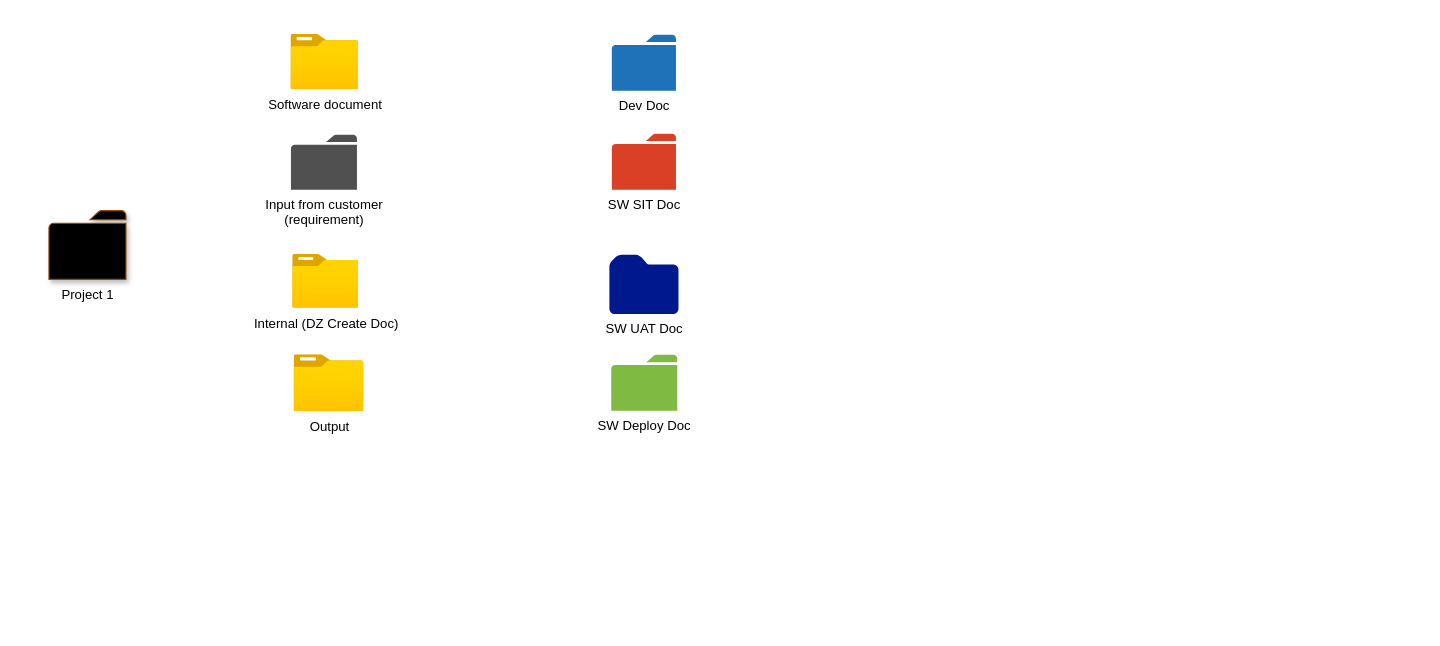
This is TD/Untitled Diagram.drawio from delphihero/MyDocument, a draw.io file, before an edit. Source tidied: cells renumbered, new cells numbered last; positions are measured from the earlier drawing's top-left corner, leaving out a move shared by most shapes. Both pictures are drawn from the tidied source at 110%, with x=0, y=0 at pixel (48, 34).
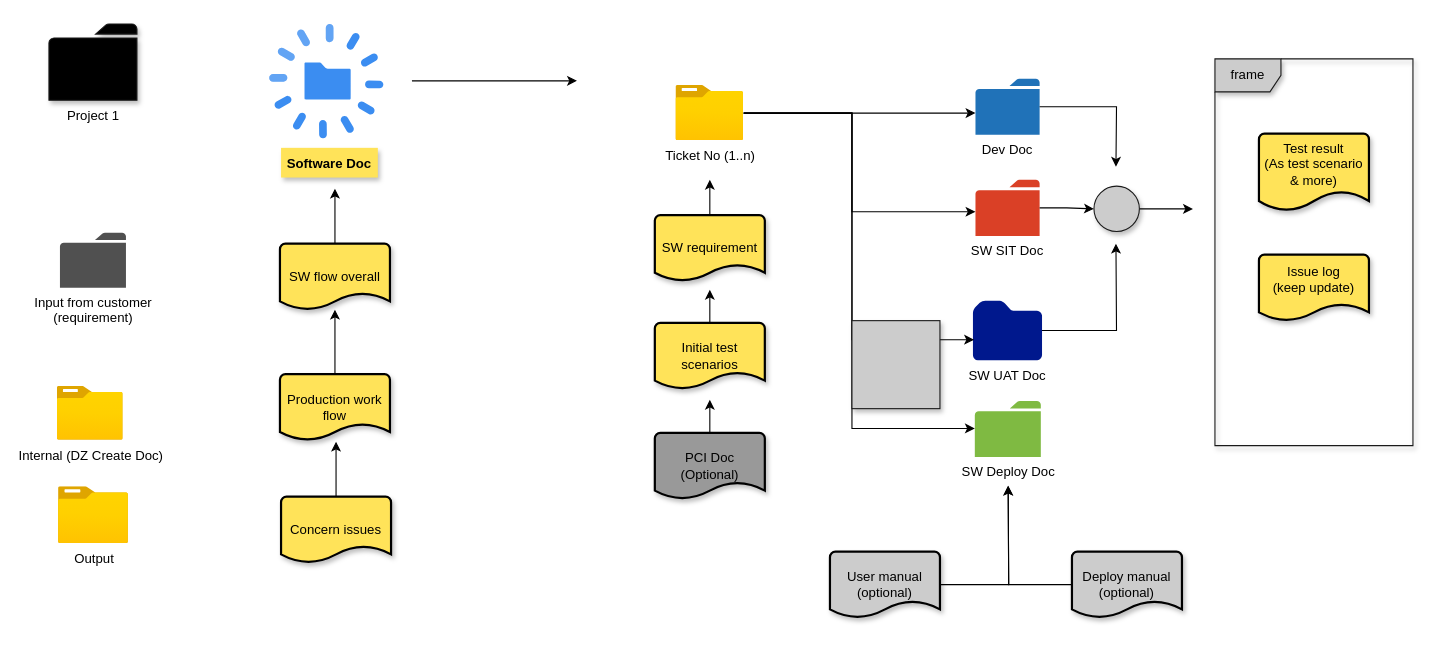
The same diagram, later.

What changed in the source:
```diff
@@
+    <mxCell id="11" value="frame" style="shape=umlFrame;whiteSpace=wrap;html=1;shadow=1;strokeColor=#1A1A1A;fillColor=#CCCCCC;" parent="1" vertex="1">
+      <mxGeometry x="1060" y="22" width="180" height="351.6" as="geometry" />
+    </mxCell>
-    <mxCell id="2" value="Project 1" style="shadow=1;dashed=0;html=1;strokeColor=#994C00;labelPosition=center;verticalLabelPosition=bottom;verticalAlign=top;align=center;shape=mxgraph.office.concepts.folder;fillColor=#000000;" parent="1" vertex="1">
-      <mxGeometry y="160" width="70" height="62.5" as="geometry" />
+    <mxCell id="2" value="Project 1" style="shadow=1;dashed=0;html=1;strokeColor=#1A1A1A;labelPosition=center;verticalLabelPosition=bottom;verticalAlign=top;align=center;shape=mxgraph.office.concepts.folder;fillColor=#000000;" parent="1" vertex="1">
+      <mxGeometry y="-9.7" width="80" height="69.3" as="geometry" />
     </mxCell>
     <mxCell id="3" value="&lt;div&gt;Input from customer &lt;br&gt;&lt;/div&gt;&lt;div&gt;(requirement)&lt;/div&gt;" style="shadow=0;dashed=0;html=1;strokeColor=none;fillColor=#505050;labelPosition=center;verticalLabelPosition=bottom;verticalAlign=top;align=center;shape=mxgraph.office.concepts.folder;" parent="1" vertex="1">
-      <mxGeometry x="220" y="91" width="60" height="50" as="geometry" />
+      <mxGeometry x="10" y="180" width="60" height="50" as="geometry" />
     </mxCell>
     <mxCell id="4" value="Internal (DZ Create Doc)" style="html=1;align=center;image;fontSize=12;image=img/lib/azure2/general/Folder_Blank.svg;" parent="1" vertex="1">
-      <mxGeometry x="221.6" y="200" width="60" height="48.7" as="geometry" />
+      <mxGeometry x="7.6" y="320" width="60" height="48.7" as="geometry" />
     </mxCell>
+    <mxCell id="10" value="Output" style="html=1;align=center;image;fontSize=12;image=img/lib/azure2/general/Folder_Blank.svg;" parent="1" vertex="1">
+      <mxGeometry x="8.7" y="411" width="63.7" height="51.7" as="geometry" />
+    </mxCell>
+    <mxCell id="12" style="group;" parent="1" vertex="1">
+      <mxGeometry x="570" y="40" width="332.8" height="382" as="geometry" />
+    </mxCell>
-    <mxCell id="5" value="SW UAT Doc" style="shadow=0;dashed=0;html=1;strokeColor=none;labelPosition=center;verticalLabelPosition=bottom;verticalAlign=top;align=center;fillColor=#00188D;shape=mxgraph.mscae.enterprise.folder;" parent="1" vertex="1">
-      <mxGeometry x="509.5" y="200" width="62.8" height="54" as="geometry" />
+    <mxCell id="5" value="SW UAT Doc" style="shadow=0;dashed=0;html=1;strokeColor=none;labelPosition=center;verticalLabelPosition=bottom;verticalAlign=top;align=center;fillColor=#00188D;shape=mxgraph.mscae.enterprise.folder;" parent="12" vertex="1">
+      <mxGeometry x="270" y="202" width="62.8" height="54" as="geometry" />
     </mxCell>
-    <mxCell id="6" value="SW Deploy Doc" style="shadow=0;dashed=0;html=1;strokeColor=none;labelPosition=center;verticalLabelPosition=bottom;verticalAlign=top;outlineConnect=0;align=center;shape=mxgraph.office.concepts.folder;fillColor=#7FBA42;" parent="1" vertex="1">
-      <mxGeometry x="511.2" y="291" width="60" height="51" as="geometry" />
+    <mxCell id="6" value="SW Deploy Doc" style="shadow=0;dashed=0;html=1;strokeColor=none;labelPosition=center;verticalLabelPosition=bottom;verticalAlign=top;outlineConnect=0;align=center;shape=mxgraph.office.concepts.folder;fillColor=#7FBA42;" parent="12" vertex="1">
+      <mxGeometry x="271.7" y="293" width="60" height="51" as="geometry" />
     </mxCell>
-    <mxCell id="7" value="SW SIT Doc" style="shadow=0;dashed=0;html=1;strokeColor=none;labelPosition=center;verticalLabelPosition=bottom;verticalAlign=top;outlineConnect=0;align=center;shape=mxgraph.office.concepts.folder;fillColor=#DA4026;" parent="1" vertex="1">
-      <mxGeometry x="511.7" y="90" width="58.3" height="51" as="geometry" />
+    <mxCell id="7" value="SW SIT Doc" style="shadow=0;dashed=0;html=1;strokeColor=none;labelPosition=center;verticalLabelPosition=bottom;verticalAlign=top;outlineConnect=0;align=center;shape=mxgraph.office.concepts.folder;fillColor=#DA4026;" parent="12" vertex="1">
+      <mxGeometry x="272.3" y="92" width="58.3" height="51" as="geometry" />
     </mxCell>
+    <mxCell id="13" style="edgeStyle=orthogonalEdgeStyle;rounded=0;jettySize=auto;html=1;" parent="12" edge="1" source="8" target="7">
+      <mxGeometry relative="1" as="geometry">
+        <Array as="points">
+          <mxPoint x="160" y="31" />
+          <mxPoint x="160" y="121" />
+        </Array>
+      </mxGeometry>
+    </mxCell>
+    <mxCell id="14" style="edgeStyle=orthogonalEdgeStyle;rounded=0;jettySize=auto;html=1;entryX=0.016;entryY=0.654;entryDx=0;entryDy=0;entryPerimeter=0;" parent="12" edge="1" source="8" target="5">
+      <mxGeometry relative="1" as="geometry">
+        <Array as="points">
+          <mxPoint x="160" y="31" />
+          <mxPoint x="160" y="237" />
+        </Array>
+      </mxGeometry>
+    </mxCell>
+    <mxCell id="15" style="edgeStyle=orthogonalEdgeStyle;rounded=0;jettySize=auto;html=1;" parent="12" edge="1" source="8" target="6">
+      <mxGeometry relative="1" as="geometry">
+        <Array as="points">
+          <mxPoint x="160" y="31" />
+          <mxPoint x="160" y="318" />
+        </Array>
+      </mxGeometry>
+    </mxCell>
-    <mxCell id="8" value="Software document" style="html=1;points=[];align=center;image;fontSize=12;image=img/lib/azure2/general/Folder_Blank.svg;" parent="1" vertex="1">
-      <mxGeometry x="220" width="61.6" height="50" as="geometry" />
+    <mxCell id="8" value="Ticket No (1..n)" style="html=1;points=[];align=center;image;fontSize=12;image=img/lib/azure2/general/Folder_Blank.svg;" parent="12" vertex="1">
+      <mxGeometry y="6.3" width="61.6" height="50" as="geometry" />
     </mxCell>
-    <mxCell id="9" value="Dev Doc" style="shadow=0;dashed=0;html=1;strokeColor=none;labelPosition=center;verticalLabelPosition=bottom;verticalAlign=top;outlineConnect=0;align=center;shape=mxgraph.office.concepts.folder;fillColor=#2072B8;" parent="1" vertex="1">
-      <mxGeometry x="511.7" width="58.3" height="51" as="geometry" />
+    <mxCell id="9" value="Dev Doc" style="shadow=0;dashed=0;html=1;strokeColor=none;labelPosition=center;verticalLabelPosition=bottom;verticalAlign=top;outlineConnect=0;align=center;shape=mxgraph.office.concepts.folder;fillColor=#2072B8;" parent="12" vertex="1">
+      <mxGeometry x="272.3" width="58.3" height="51" as="geometry" />
     </mxCell>
-    <mxCell id="10" value="Output" style="html=1;align=center;image;fontSize=12;image=img/lib/azure2/general/Folder_Blank.svg;" parent="1" vertex="1">
-      <mxGeometry x="222.8" y="291" width="63.7" height="51.7" as="geometry" />
-    </mxCell>
+    <mxCell id="16" style="edgeStyle=orthogonalEdgeStyle;rounded=0;jettySize=auto;html=1;" parent="12" edge="1" source="8" target="9">
+      <mxGeometry relative="1" as="geometry">
+        <Array as="points">
+          <mxPoint x="40" y="31.3" />
+          <mxPoint x="40" y="31.3" />
+        </Array>
+      </mxGeometry>
+    </mxCell>
+    <mxCell id="17" style="group;" parent="12" vertex="1">
+      <mxGeometry x="-19.2" y="92" width="100" height="290" as="geometry" />
+    </mxCell>
+    <mxCell id="18" style="edgeStyle=orthogonalEdgeStyle;rounded=0;jettySize=auto;html=1;" parent="17" edge="1" source="19">
+      <mxGeometry relative="1" as="geometry">
+        <mxPoint x="50" y="200" as="targetPoint" />
+      </mxGeometry>
+    </mxCell>
+    <mxCell id="19" value="&lt;div&gt;PCI Doc&lt;/div&gt;&lt;div&gt;(Optional)&lt;br&gt;&lt;/div&gt;" style="strokeWidth=2;html=1;shape=mxgraph.flowchart.document2;whiteSpace=wrap;size=0.25;shadow=1;fillColor=#999999;" parent="17" vertex="1">
+      <mxGeometry y="230" width="100" height="60" as="geometry" />
+    </mxCell>
+    <mxCell id="20" style="edgeStyle=orthogonalEdgeStyle;rounded=0;jettySize=auto;html=1;" parent="17" edge="1" source="21">
+      <mxGeometry relative="1" as="geometry">
+        <mxPoint x="50" as="targetPoint" />
+      </mxGeometry>
+    </mxCell>
+    <mxCell id="21" value="SW requirement" style="strokeWidth=2;html=1;shape=mxgraph.flowchart.document2;whiteSpace=wrap;size=0.25;shadow=1;fillColor=#FFE359;" parent="17" vertex="1">
+      <mxGeometry y="32" width="100" height="60" as="geometry" />
+    </mxCell>
+    <mxCell id="22" style="edgeStyle=orthogonalEdgeStyle;rounded=0;jettySize=auto;html=1;" parent="17" edge="1" source="23">
+      <mxGeometry relative="1" as="geometry">
+        <mxPoint x="50" y="100" as="targetPoint" />
+      </mxGeometry>
+    </mxCell>
+    <mxCell id="23" value="Initial test scenarios" style="strokeWidth=2;html=1;shape=mxgraph.flowchart.document2;whiteSpace=wrap;size=0.25;shadow=1;fillColor=#FFE359;" parent="17" vertex="1">
+      <mxGeometry y="130" width="100" height="60" as="geometry" />
+    </mxCell>
+    <mxCell id="24" style="group;" parent="1" vertex="1">
+      <mxGeometry x="200" y="-9.7" width="110" height="139.7" as="geometry" />
+    </mxCell>
+    <mxCell id="25" style="html=1;strokeColor=none;shadow=0;align=center;verticalAlign=top;fillColor=#3B8DF1;shape=mxgraph.gcp2.lifecycle;" parent="24" vertex="1">
+      <mxGeometry width="104" height="104" as="geometry" />
+    </mxCell>
+    <mxCell id="26" value="Software Doc" style="text;align=center;fontStyle=1;verticalAlign=middle;spacingLeft=3;spacingRight=3;strokeColor=none;shadow=1;fillColor=#FFE359;" parent="24" vertex="1">
+      <mxGeometry x="11" y="112.6" width="88" height="27" as="geometry" />
+    </mxCell>
+    <mxCell id="27" style="edgeStyle=orthogonalEdgeStyle;rounded=0;orthogonalLoop=1;jettySize=auto;html=1;" parent="1" edge="1">
+      <mxGeometry relative="1" as="geometry">
+        <mxPoint x="330" y="42" as="sourcePoint" />
+        <mxPoint x="480" y="42" as="targetPoint" />
+        <Array as="points">
+          <mxPoint x="440" y="42" />
+          <mxPoint x="440" y="42" />
+        </Array>
+      </mxGeometry>
+    </mxCell>
+    <mxCell id="28" style="edgeStyle=orthogonalEdgeStyle;rounded=0;jettySize=auto;html=1;" parent="1" edge="1" source="29">
+      <mxGeometry relative="1" as="geometry">
+        <mxPoint x="260" y="140" as="targetPoint" />
+      </mxGeometry>
+    </mxCell>
+    <mxCell id="29" value="&lt;div&gt;SW flow overall&lt;br&gt;&lt;/div&gt;" style="strokeWidth=2;html=1;shape=mxgraph.flowchart.document2;whiteSpace=wrap;size=0.25;shadow=1;fillColor=#FFE359;" parent="1" vertex="1">
+      <mxGeometry x="210" y="190" width="100" height="60" as="geometry" />
+    </mxCell>
+    <mxCell id="30" style="edgeStyle=orthogonalEdgeStyle;rounded=0;jettySize=auto;html=1;" parent="1" edge="1" source="31" target="29">
+      <mxGeometry relative="1" as="geometry" />
+    </mxCell>
+    <mxCell id="31" value="Production work flow" style="strokeWidth=2;html=1;shape=mxgraph.flowchart.document2;whiteSpace=wrap;size=0.25;shadow=1;fillColor=#FFE359;" parent="1" vertex="1">
+      <mxGeometry x="210" y="308.7" width="100" height="60" as="geometry" />
+    </mxCell>
+    <mxCell id="32" style="edgeStyle=orthogonalEdgeStyle;rounded=0;jettySize=auto;html=1;" parent="1" edge="1" source="33">
+      <mxGeometry relative="1" as="geometry">
+        <mxPoint x="261" y="370" as="targetPoint" />
+      </mxGeometry>
+    </mxCell>
+    <mxCell id="33" value="Concern issues" style="strokeWidth=2;html=1;shape=mxgraph.flowchart.document2;whiteSpace=wrap;size=0.25;shadow=1;fillColor=#FFE359;" parent="1" vertex="1">
+      <mxGeometry x="211" y="420" width="100" height="60" as="geometry" />
+    </mxCell>
+    <mxCell id="34" value="&lt;div&gt;Issue log&lt;/div&gt;&lt;div&gt;(keep update)&lt;/div&gt;&lt;div&gt;&lt;br&gt;&lt;/div&gt;" style="strokeWidth=2;html=1;shape=mxgraph.flowchart.document2;whiteSpace=wrap;size=0.25;shadow=1;fillColor=#FFE359;" parent="1" vertex="1">
+      <mxGeometry x="1100" y="200" width="100" height="60" as="geometry" />
+    </mxCell>
+    <mxCell id="35" value="&lt;div&gt;Test result&lt;/div&gt;&lt;div&gt;(As test scenario &amp;amp; more)&lt;/div&gt;&lt;div&gt;&lt;br&gt;&lt;/div&gt;" style="strokeWidth=2;html=1;shape=mxgraph.flowchart.document2;whiteSpace=wrap;size=0.25;shadow=1;fillColor=#FFE359;" parent="1" vertex="1">
+      <mxGeometry x="1100" y="90" width="100" height="70" as="geometry" />
+    </mxCell>
+    <mxCell id="36" style="edgeStyle=orthogonalEdgeStyle;rounded=0;jettySize=auto;html=1;" parent="1" edge="1" source="37">
+      <mxGeometry relative="1" as="geometry">
+        <mxPoint x="872" y="410" as="targetPoint" />
+      </mxGeometry>
+    </mxCell>
+    <mxCell id="37" value="&lt;div&gt;User manual&lt;/div&gt;&lt;div&gt;(optional)&lt;br&gt;&lt;/div&gt;" style="strokeWidth=2;html=1;shape=mxgraph.flowchart.document2;whiteSpace=wrap;size=0.25;shadow=1;fillColor=#CCCCCC;" parent="1" vertex="1">
+      <mxGeometry x="710" y="470" width="100" height="60" as="geometry" />
+    </mxCell>
+    <mxCell id="38" style="edgeStyle=orthogonalEdgeStyle;rounded=0;jettySize=auto;html=1;" parent="1" edge="1" source="39">
+      <mxGeometry relative="1" as="geometry">
+        <mxPoint x="872" y="410" as="targetPoint" />
+      </mxGeometry>
+    </mxCell>
+    <mxCell id="39" value="&lt;div&gt;Deploy manual&lt;/div&gt;&lt;div&gt;(optional)&lt;br&gt;&lt;/div&gt;" style="strokeWidth=2;html=1;shape=mxgraph.flowchart.document2;whiteSpace=wrap;size=0.25;shadow=1;fillColor=#CCCCCC;" parent="1" vertex="1">
+      <mxGeometry x="930" y="470" width="100" height="60" as="geometry" />
+    </mxCell>
+    <mxCell id="40" style="edgeStyle=orthogonalEdgeStyle;rounded=0;jettySize=auto;html=1;" parent="1" edge="1" source="9">
+      <mxGeometry relative="1" as="geometry">
+        <mxPoint x="970" y="120" as="targetPoint" />
+      </mxGeometry>
+    </mxCell>
+    <mxCell id="41" style="edgeStyle=orthogonalEdgeStyle;rounded=0;jettySize=auto;html=1;" parent="1" edge="1" source="42">
+      <mxGeometry relative="1" as="geometry">
+        <mxPoint x="1040" y="158.4" as="targetPoint" />
+      </mxGeometry>
+    </mxCell>
+    <mxCell id="42" style="ellipse;whiteSpace=wrap;html=1;shadow=1;strokeColor=#1A1A1A;fillColor=#CCCCCC;" parent="1" vertex="1">
+      <mxGeometry x="950" y="137.7" width="41.3" height="41.3" as="geometry" />
+    </mxCell>
+    <mxCell id="43" style="edgeStyle=orthogonalEdgeStyle;rounded=0;jettySize=auto;html=1;" parent="1" edge="1" source="5">
+      <mxGeometry relative="1" as="geometry">
+        <mxPoint x="970" y="190" as="targetPoint" />
+      </mxGeometry>
+    </mxCell>
+    <mxCell id="44" style="edgeStyle=orthogonalEdgeStyle;rounded=0;jettySize=auto;html=1;" parent="1" edge="1" source="7" target="42">
+      <mxGeometry relative="1" as="geometry" />
+    </mxCell>
+    <mxCell id="45" style="whiteSpace=wrap;html=1;shadow=1;strokeColor=#1A1A1A;fillColor=#CCCCCC;" parent="1" vertex="1">
+      <mxGeometry x="730" y="260" width="80" height="80" as="geometry" />
+    </mxCell>
```
